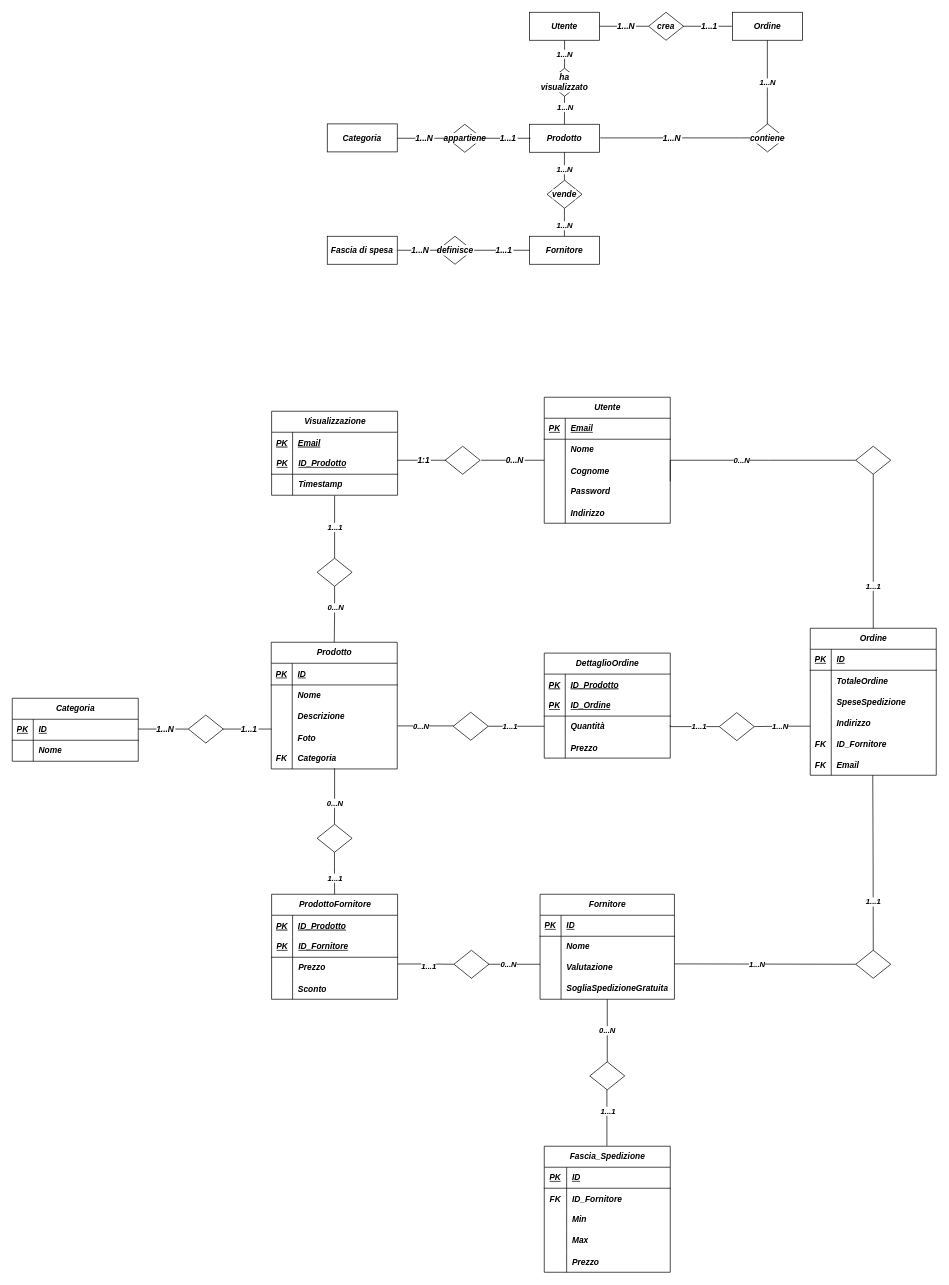
peetceenatoo/primo-sito-web keeps this draw.io diagram as Diagramma ER.drawio. Above is the earlier version. Source tidied: cells renumbered, new cells numbered last; positions are measured from the earlier drawing's top-left corner, leaving out a move shared by most shapes. Both pictures are drawn from the tidied source at 70%, with x=0, y=0 at pixel (12, 12).
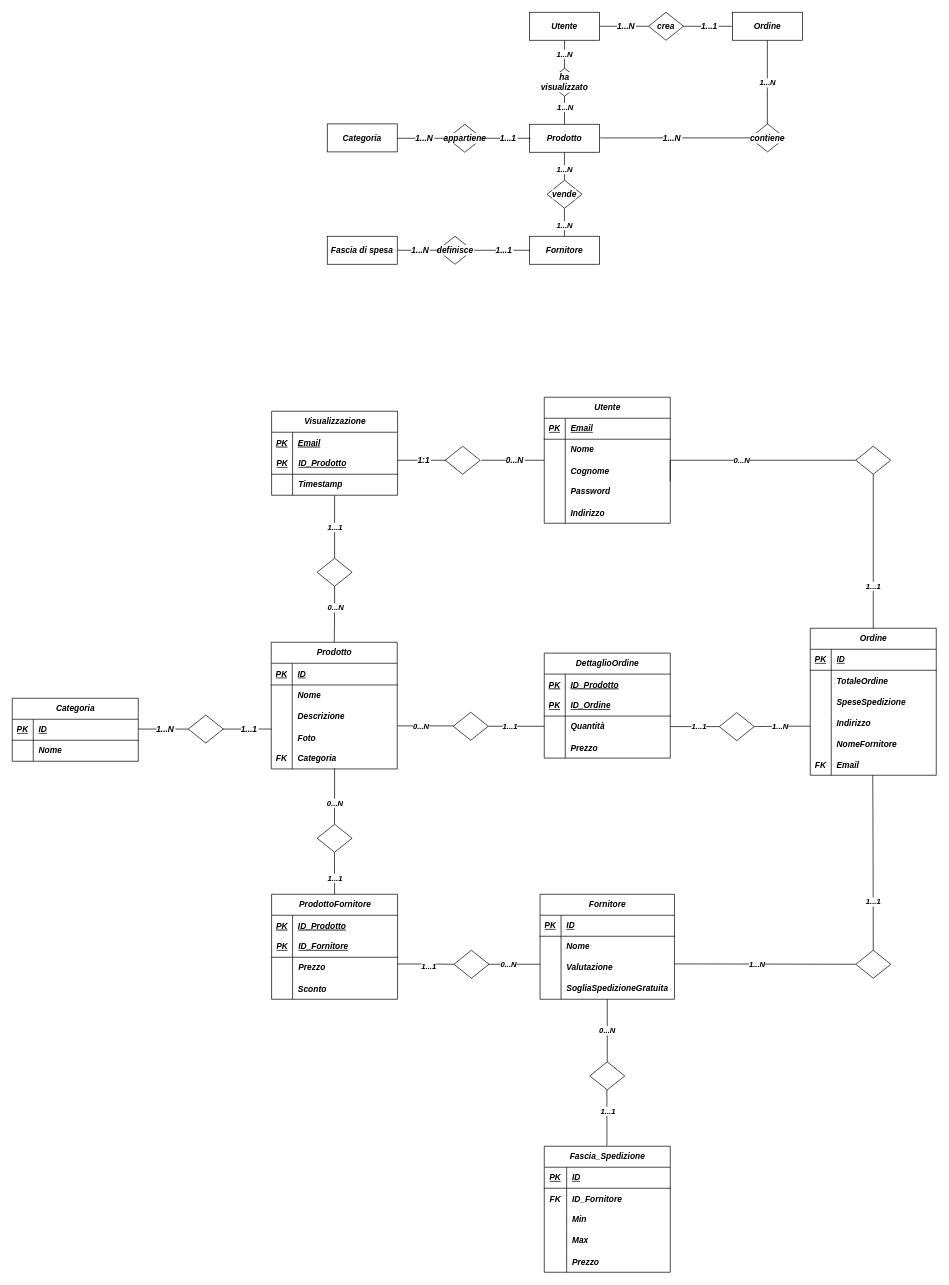
The same page after the edit.

Commit message:
Diagramma ER finito (per davvero)

The change refers to these unchanged cells:
```xml
<mxCell id="102" style="shape=tableRow;horizontal=0;startSize=0;swimlaneHead=0;swimlaneBody=0;fillColor=none;top=0;left=0;right=0;bottom=0;" parent="89" vertex="1">
  <mxGeometry y="150" width="180" height="30" as="geometry" />
</mxCell>
<mxCell id="113" style="shape=rhombus;perimeter=rhombusPerimeter;whiteSpace=wrap;html=1;align=center;fontSize=12;fontStyle=3;" parent="1" vertex="1">
  <mxGeometry x="1010" y="1000.5" width="50" height="40" as="geometry" />
</mxCell>
<mxCell id="151" style="shape=tableRow;horizontal=0;startSize=0;swimlaneHead=0;swimlaneBody=0;fillColor=none;points=[[0,0.5],[1,0.5]];portConstraint=eastwest;top=0;left=0;right=0;bottom=0;fontStyle=3;" parent="144" vertex="1">
  <mxGeometry y="90" width="180" height="30" as="geometry" />
</mxCell>
```

Diff of the diagram source:
```diff
@@
-    <mxCell id="103" value="FK" style="shape=partialRectangle;fillColor=none;top=0;left=0;bottom=0;right=0;overflow=hidden;fontStyle=3;" parent="102" vertex="1">
+    <mxCell id="103" style="shape=partialRectangle;fillColor=none;top=0;left=0;bottom=0;right=0;overflow=hidden;fontStyle=3;" parent="102" vertex="1">
       <mxGeometry width="30" height="30" as="geometry" />
     </mxCell>
-    <mxCell id="104" value="ID_Fornitore" style="shape=partialRectangle;fillColor=none;top=0;left=0;bottom=0;right=0;align=left;spacingLeft=6;overflow=hidden;fontStyle=3;" parent="102" vertex="1">
+    <mxCell id="104" value="NomeFornitore" style="shape=partialRectangle;fillColor=none;top=0;left=0;bottom=0;right=0;align=left;spacingLeft=6;overflow=hidden;fontStyle=3;" parent="102" vertex="1">
       <mxGeometry x="30" width="150" height="30" as="geometry" />
     </mxCell>
@@
-    <mxCell id="114" style="edgeStyle=orthogonalEdgeStyle;rounded=0;jettySize=auto;html=1;endArrow=none;endFill=0;fontStyle=3;exitX=0;exitY=0.5;exitDx=0;exitDy=0;entryX=1;entryY=0.443;entryDx=0;entryDy=0;entryPerimeter=0;" parent="1" edge="1" source="113" target="151">
+    <mxCell id="114" style="edgeStyle=orthogonalEdgeStyle;rounded=0;jettySize=auto;html=1;endArrow=none;endFill=0;fontStyle=3;exitX=0;exitY=0.5;exitDx=0;exitDy=0;entryX=1;entryY=0.5;entryDx=0;entryDy=0;" parent="1" edge="1" source="113" target="151">
       <mxGeometry relative="1" as="geometry">
         <Array as="points">
-          <mxPoint x="940" y="1020" />
+          <mxPoint x="1010" y="1021" />
         </Array>
       </mxGeometry>
     </mxCell>
```
